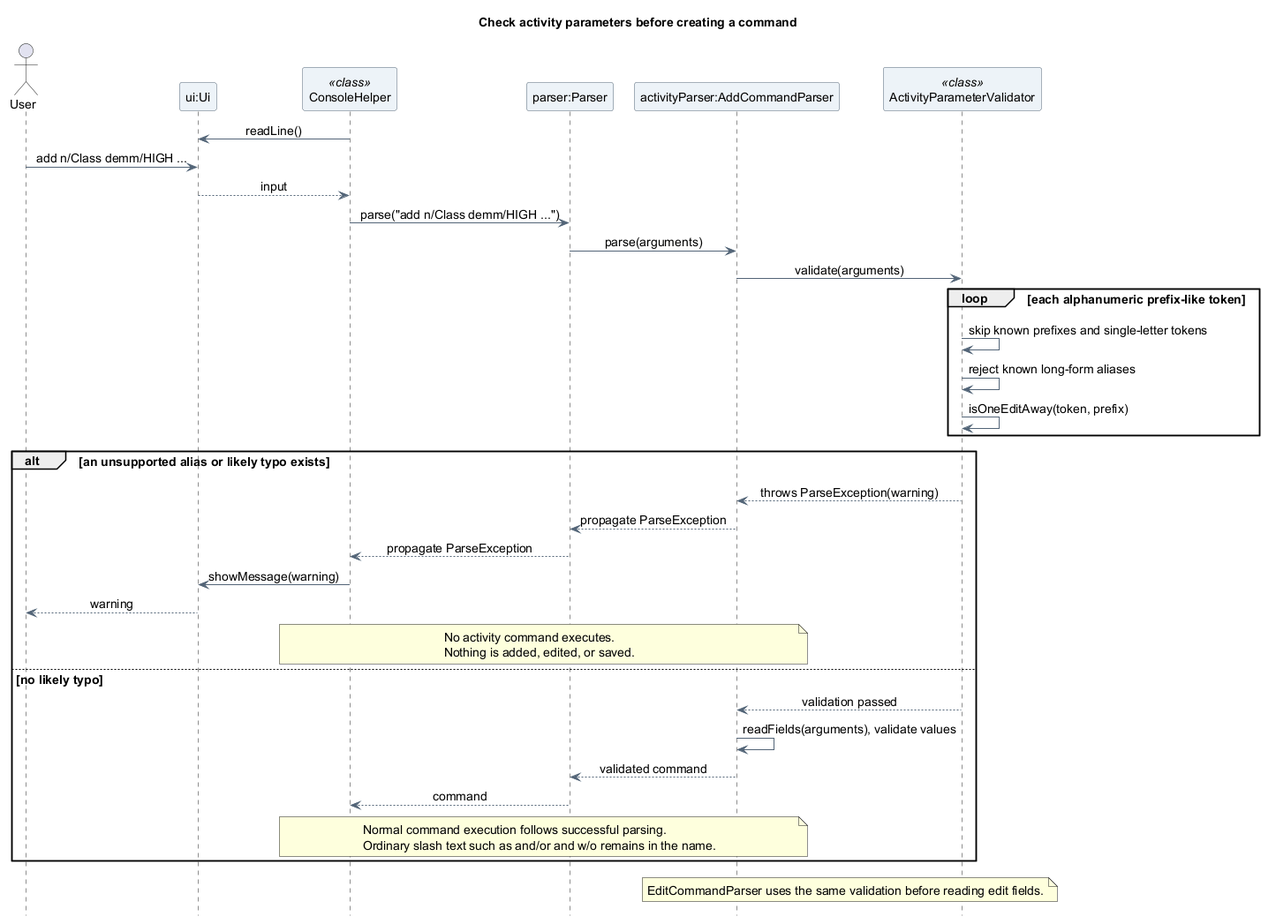
Above: docs/images/luke/sequence/ActivityParameterValidationSequence.png in AY2627S1-CS2113-T10-4/tp (PlantUML), before the change.
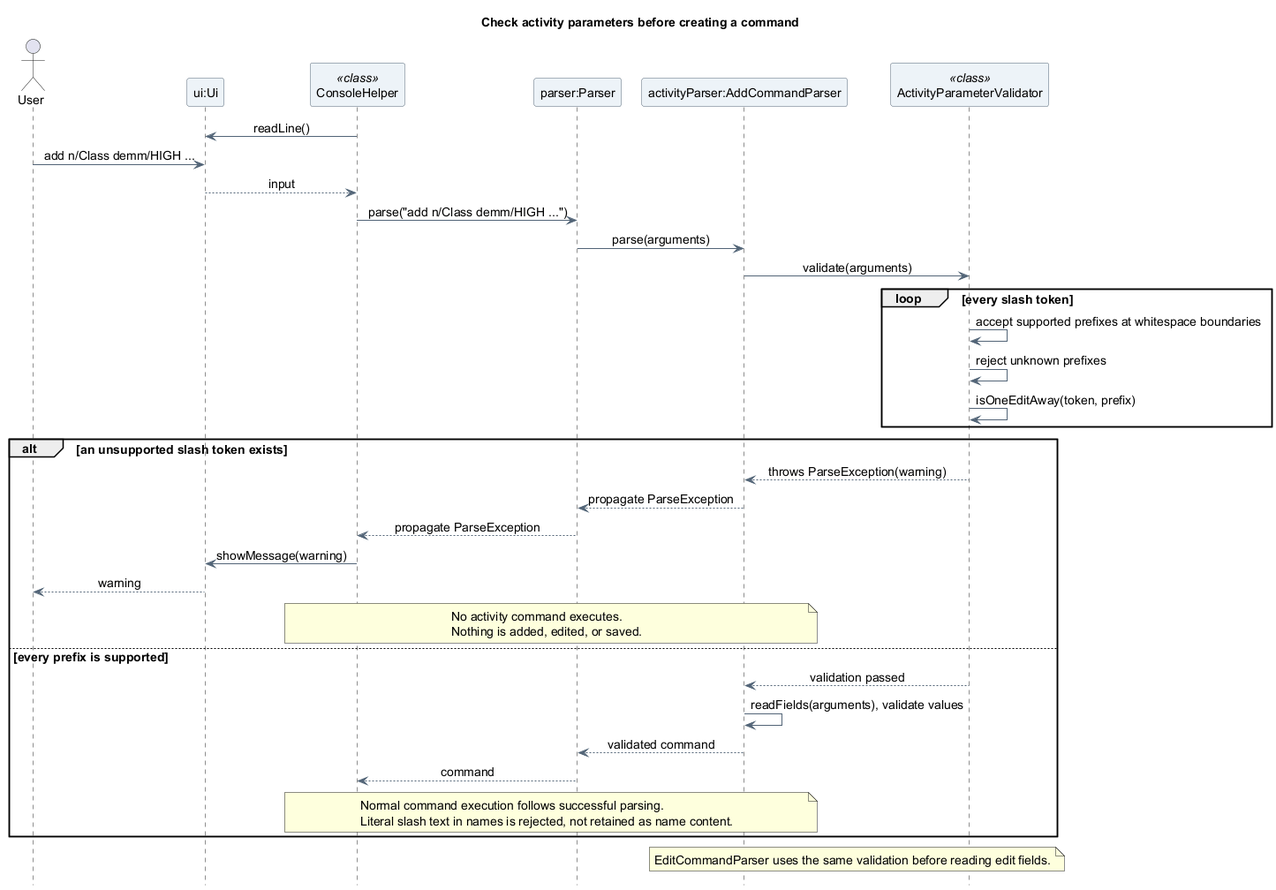
The same diagram one commit later.

Change to the diagram source:
```diff
@@ -24,12 +24,12 @@
 Console -> Parser : parse("add n/Class demm/HIGH ...")
 Parser -> Fields : parse(arguments)
 Fields -> Validator : validate(arguments)
-loop each alphanumeric prefix-like token
-  Validator -> Validator : skip known prefixes and single-letter tokens
-  Validator -> Validator : reject known long-form aliases
+loop every slash token
+  Validator -> Validator : accept supported prefixes at whitespace boundaries
+  Validator -> Validator : reject unknown prefixes
   Validator -> Validator : isOneEditAway(token, prefix)
 end
-alt an unsupported alias or likely typo exists
+alt an unsupported slash token exists
   Validator --> Fields : throws ParseException(warning)
   Fields --> Parser : propagate ParseException
   Parser --> Console : propagate ParseException
@@ -39,14 +39,14 @@
     No activity command executes.
     Nothing is added, edited, or saved.
   end note
-else no likely typo
+else every prefix is supported
   Validator --> Fields : validation passed
   Fields -> Fields : readFields(arguments), validate values
   Fields --> Parser : validated command
   Parser --> Console : command
   note over Console, Fields
     Normal command execution follows successful parsing.
-    Ordinary slash text such as and/or and w/o remains in the name.
+    Literal slash text in names is rejected, not retained as name content.
   end note
 end
 note over Fields, Validator
```
